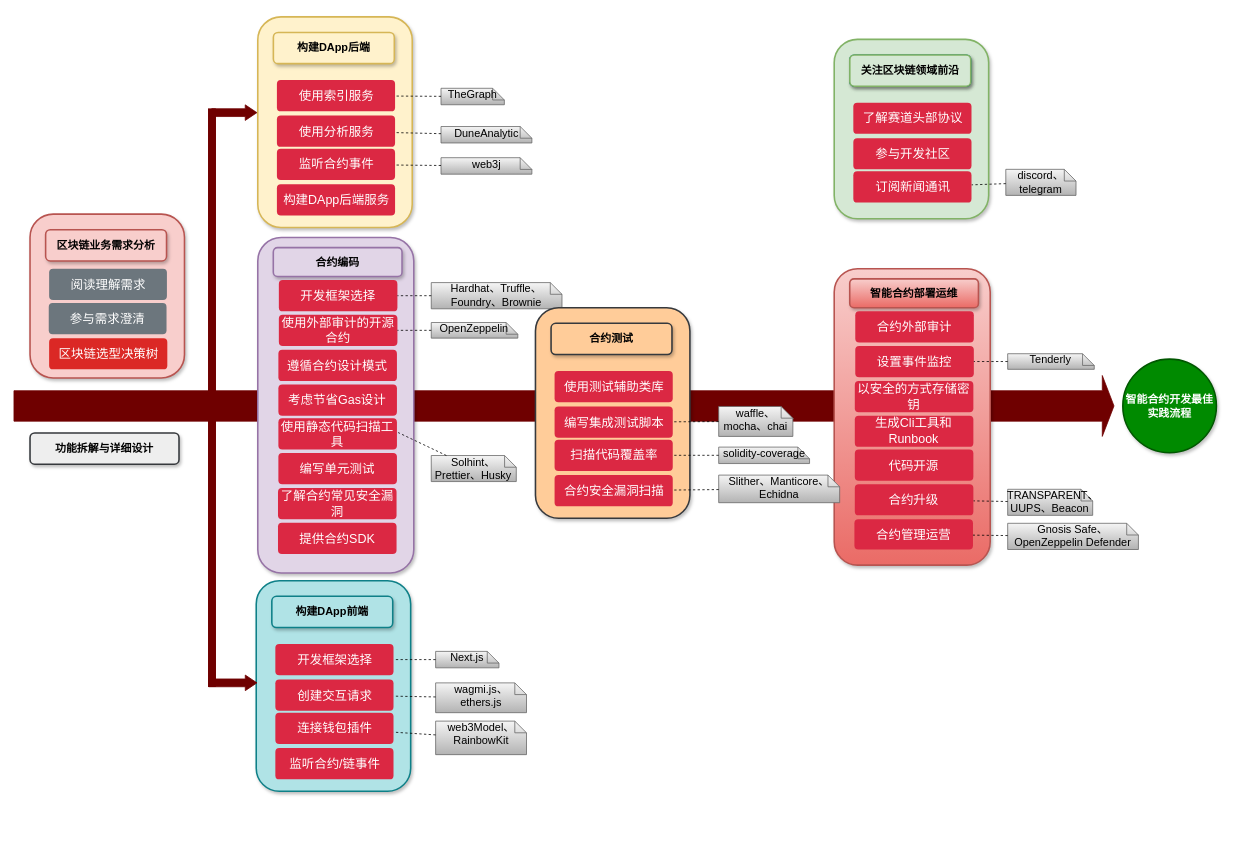
Ed3Academy/ed3-hardhat-template keeps this draw.io diagram as docs/pic/智能合约最佳实践流程.drawio. Above is the earlier version. Source tidied: cells renumbered, new cells numbered last; positions are measured from the earlier drawing's top-left corner, leaving out a move shared by most shapes. Both pictures are drawn from the tidied source at 78%, with x=0, y=0 at pixel (-77, -144).
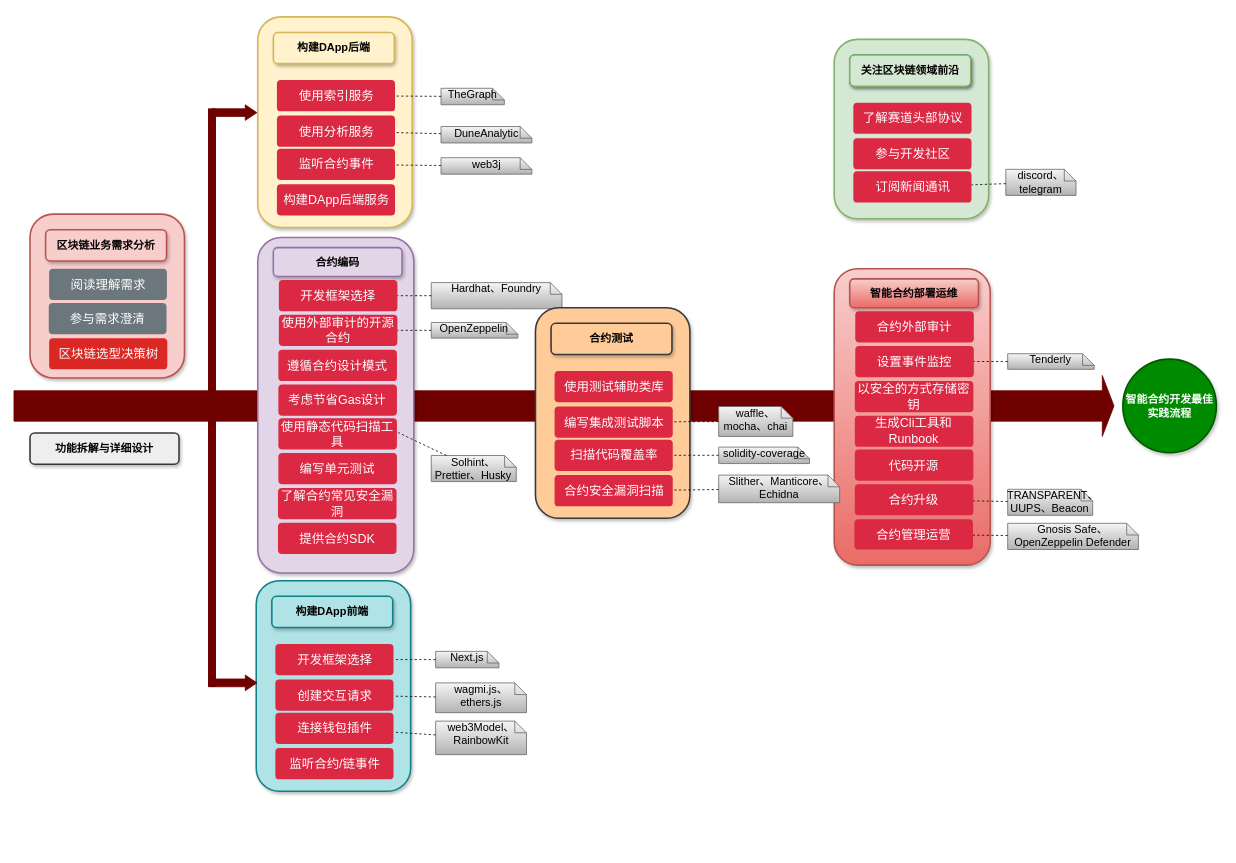
After the change.

Commit message (it also covers changes not shown here):
更新智能合约最佳实践流程.drawio

Unchanged cells that the change refers to:
```xml
<mxCell id="12" style="group;" parent="1" vertex="1">
  <mxGeometry x="429" y="489" width="390" height="430" as="geometry" />
</mxCell>
```

The edit, as a diff of the source:
```diff
@@
-    <mxCell id="25" value="Hardhat、Truffle、Foundry、Brownie" style="shape=note;size=15;spacingLeft=5;overflow=fill;whiteSpace=wrap;fontSize=14;verticalAlign=middle;spacing=0;fillColor=#f5f5f5;strokeColor=#666666;gradientColor=#b3b3b3;" parent="12" vertex="1">
+    <mxCell id="25" value="Hardhat、Foundry" style="shape=note;size=15;spacingLeft=5;overflow=fill;whiteSpace=wrap;fontSize=14;verticalAlign=middle;spacing=0;fillColor=#f5f5f5;strokeColor=#666666;gradientColor=#b3b3b3;" parent="12" vertex="1">
       <mxGeometry x="222.4" y="57.8" width="167.6" height="33.6" as="geometry" />
     </mxCell>
```
